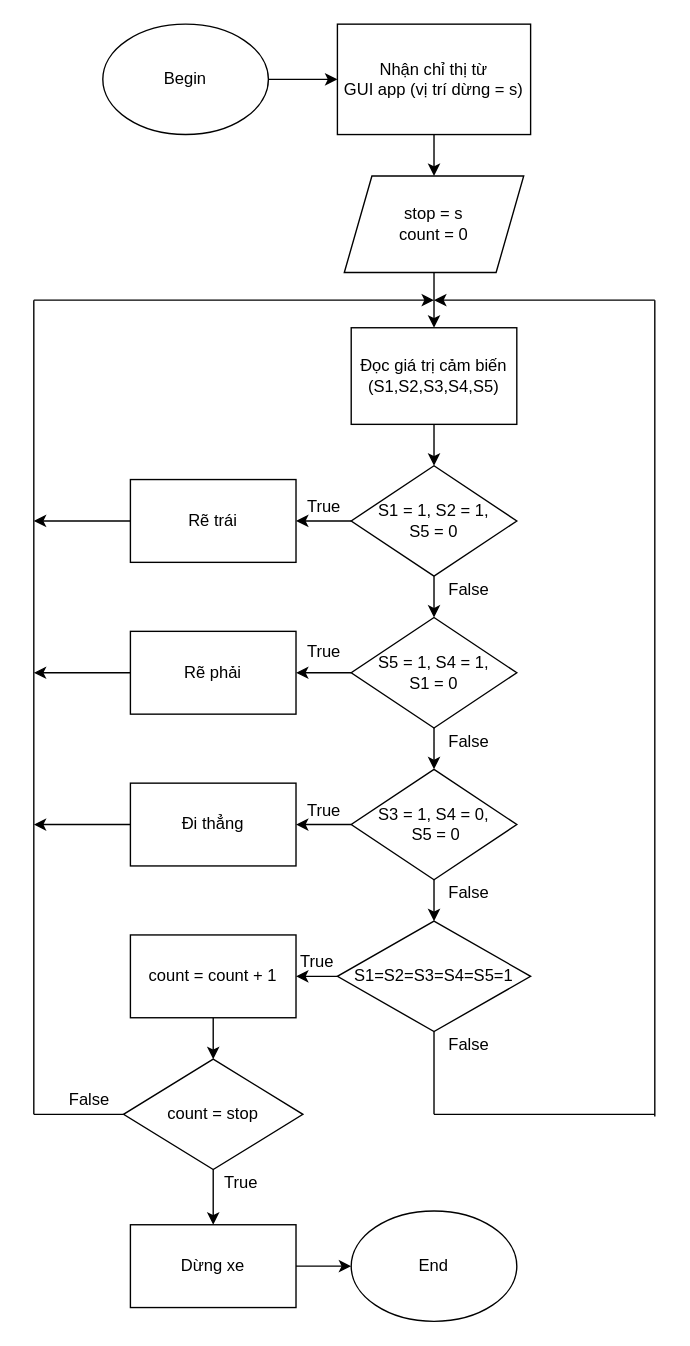
manhph2211/Line-Follower-Robot keeps this draw.io diagram as Diagram.drawio. Above is the earlier version. Source tidied: cells renumbered, new cells numbered last; positions are measured from the earlier drawing's top-left corner, leaving out a move shared by most shapes. Both pictures are drawn from the tidied source at 138%, with x=0, y=0 at pixel (33, 23).
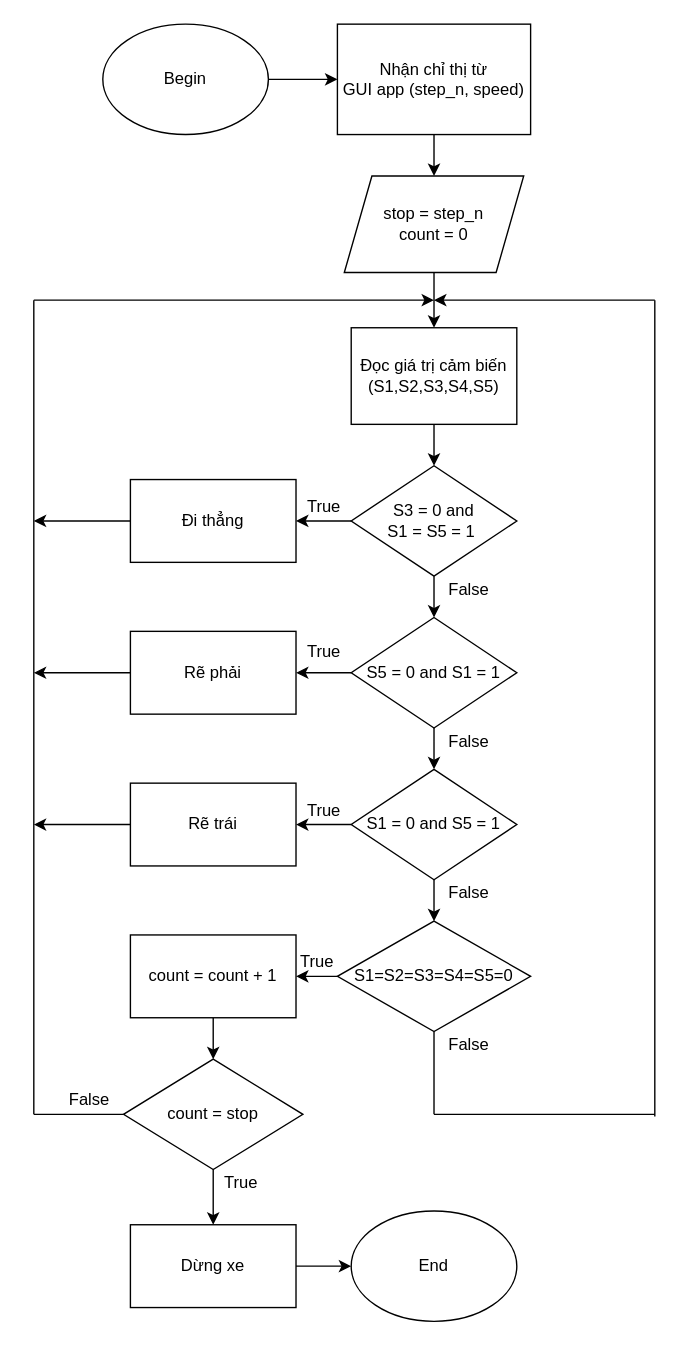
The same diagram, later.

Diff of the diagram source:
```diff
@@
-    <mxCell id="5" value="stop = s&lt;br&gt;count = 0" style="shape=parallelogram;perimeter=parallelogramPerimeter;whiteSpace=wrap;html=1;fixedSize=1;" parent="1" vertex="1">
+    <mxCell id="5" value="stop = step_n&lt;br&gt;count = 0" style="shape=parallelogram;perimeter=parallelogramPerimeter;whiteSpace=wrap;html=1;fixedSize=1;" parent="1" vertex="1">
       <mxGeometry x="225" y="110" width="130" height="70" as="geometry" />
     </mxCell>
@@
-    <mxCell id="7" value="&lt;span&gt;Nhận chỉ thị từ&lt;/span&gt;&lt;br&gt;&lt;span&gt;GUI app (vị trí dừng = s)&lt;/span&gt;" style="rounded=0;whiteSpace=wrap;html=1;" parent="1" vertex="1">
+    <mxCell id="7" value="&lt;span&gt;Nhận chỉ thị từ&lt;/span&gt;&lt;br&gt;&lt;span&gt;GUI app (step_n, speed)&lt;/span&gt;" style="rounded=0;whiteSpace=wrap;html=1;" parent="1" vertex="1">
       <mxGeometry x="220" width="140" height="80" as="geometry" />
     </mxCell>
@@
-    <mxCell id="10" value="S1 = 1, S2 = 1,&lt;br&gt;S5 = 0" style="rhombus;whiteSpace=wrap;html=1;" parent="1" vertex="1">
+    <mxCell id="10" value="S3 = 0 and&lt;br&gt;S1 = S5 = 1&amp;nbsp;" style="rhombus;whiteSpace=wrap;html=1;" parent="1" vertex="1">
       <mxGeometry x="230" y="320" width="120" height="80" as="geometry" />
     </mxCell>
-    <mxCell id="11" value="Rẽ trái" style="rounded=0;whiteSpace=wrap;html=1;" parent="1" vertex="1">
+    <mxCell id="11" value="Đi thẳng" style="rounded=0;whiteSpace=wrap;html=1;" parent="1" vertex="1">
       <mxGeometry x="70" y="330" width="120" height="60" as="geometry" />
     </mxCell>
@@
-    <mxCell id="16" value="S5 = 1, S4 = 1,&lt;br&gt;S1 = 0" style="rhombus;whiteSpace=wrap;html=1;" parent="1" vertex="1">
+    <mxCell id="16" value="S5 = 0 and S1 = 1" style="rhombus;whiteSpace=wrap;html=1;" parent="1" vertex="1">
       <mxGeometry x="230" y="430" width="120" height="80" as="geometry" />
     </mxCell>
@@
-    <mxCell id="20" value="S3 = 1, S4 = 0,&lt;br&gt;&amp;nbsp;S5 = 0" style="rhombus;whiteSpace=wrap;html=1;" parent="1" vertex="1">
+    <mxCell id="20" value="S1 = 0 and S5 = 1" style="rhombus;whiteSpace=wrap;html=1;" parent="1" vertex="1">
       <mxGeometry x="230" y="540" width="120" height="80" as="geometry" />
     </mxCell>
-    <mxCell id="21" value="Đi thẳng" style="rounded=0;whiteSpace=wrap;html=1;" parent="1" vertex="1">
+    <mxCell id="21" value="Rẽ trái" style="rounded=0;whiteSpace=wrap;html=1;" parent="1" vertex="1">
       <mxGeometry x="70" y="550" width="120" height="60" as="geometry" />
     </mxCell>
@@
-    <mxCell id="23" value="S1=S2=S3=S4=S5=1" style="rhombus;whiteSpace=wrap;html=1;" parent="1" vertex="1">
+    <mxCell id="23" value="S1=S2=S3=S4=S5=0" style="rhombus;whiteSpace=wrap;html=1;" parent="1" vertex="1">
       <mxGeometry x="220" y="650" width="140" height="80" as="geometry" />
     </mxCell>
```
